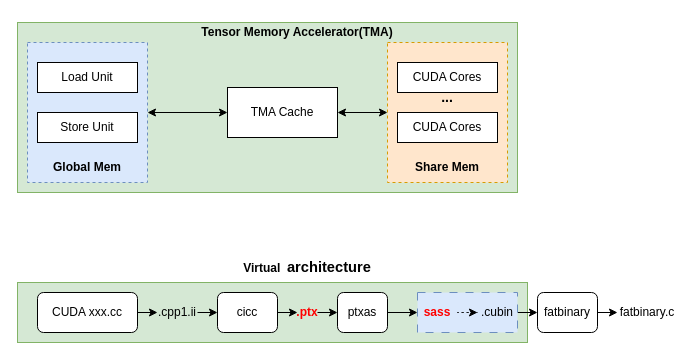
The draw.io diagram ARM/deepGEMM.drawio in mailonghua/drawio, before the edit. Source tidied: cells renumbered, new cells numbered last; positions are measured from the earlier drawing's top-left corner, leaving out a move shared by most shapes. Both pictures are drawn from the tidied source at 100%, with x=0, y=0 at pixel (17, 17).
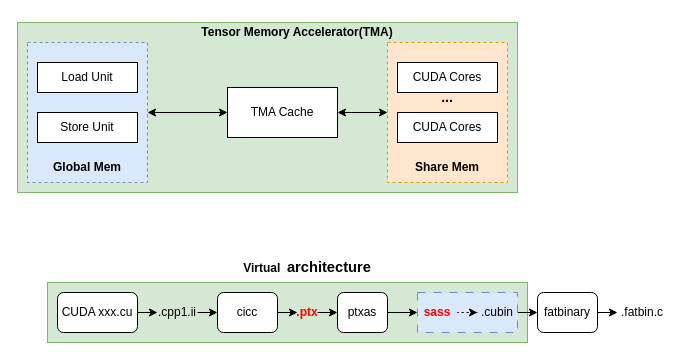
After the change.

What changed in the source:
```diff
@@
     <mxCell id="2" style="rounded=0;whiteSpace=wrap;html=1;fillColor=#d5e8d4;strokeColor=#82b366;" parent="1" vertex="1">
-      <mxGeometry y="265" width="510" height="60" as="geometry" />
+      <mxGeometry x="30" y="265" width="480" height="60" as="geometry" />
     </mxCell>
@@
-    <mxCell id="18" value="CUDA xxx.cc" style="rounded=1;whiteSpace=wrap;html=1;" parent="1" vertex="1">
-      <mxGeometry x="20" y="275" width="100" height="40" as="geometry" />
+    <mxCell id="18" value="CUDA xxx.cu" style="rounded=1;whiteSpace=wrap;html=1;" parent="1" vertex="1">
+      <mxGeometry x="40" y="275" width="80" height="40" as="geometry" />
     </mxCell>
@@
-    <mxCell id="30" value="fatbinary.c" style="text;strokeColor=none;align=center;fillColor=none;html=1;verticalAlign=middle;whiteSpace=wrap;rounded=0;" parent="1" vertex="1">
-      <mxGeometry x="600" y="275" width="60" height="40" as="geometry" />
+    <mxCell id="30" value=".fatbin.c" style="text;strokeColor=none;align=center;fillColor=none;html=1;verticalAlign=middle;whiteSpace=wrap;rounded=0;" parent="1" vertex="1">
+      <mxGeometry x="600" y="275" width="50" height="40" as="geometry" />
     </mxCell>
```
